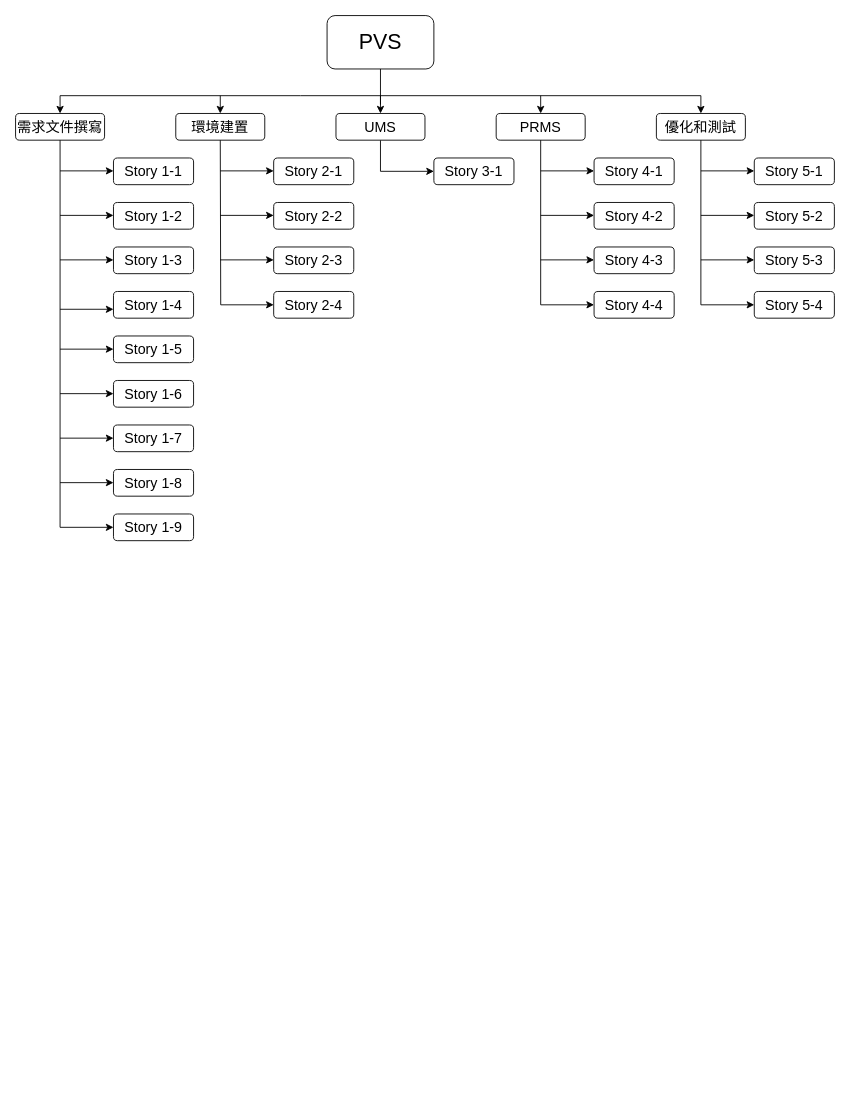
This is page "Page-1" (1 of 3) of documents/1.drawio from 13urgerKing/110_1-SE, a draw.io file, before an edit. Source tidied: cells renumbered, new cells numbered last; positions are measured from the earlier drawing's top-left corner, leaving out a move shared by most shapes. Both pictures are drawn from the tidied source at 89%, with x=0, y=0 at pixel (15, 15).
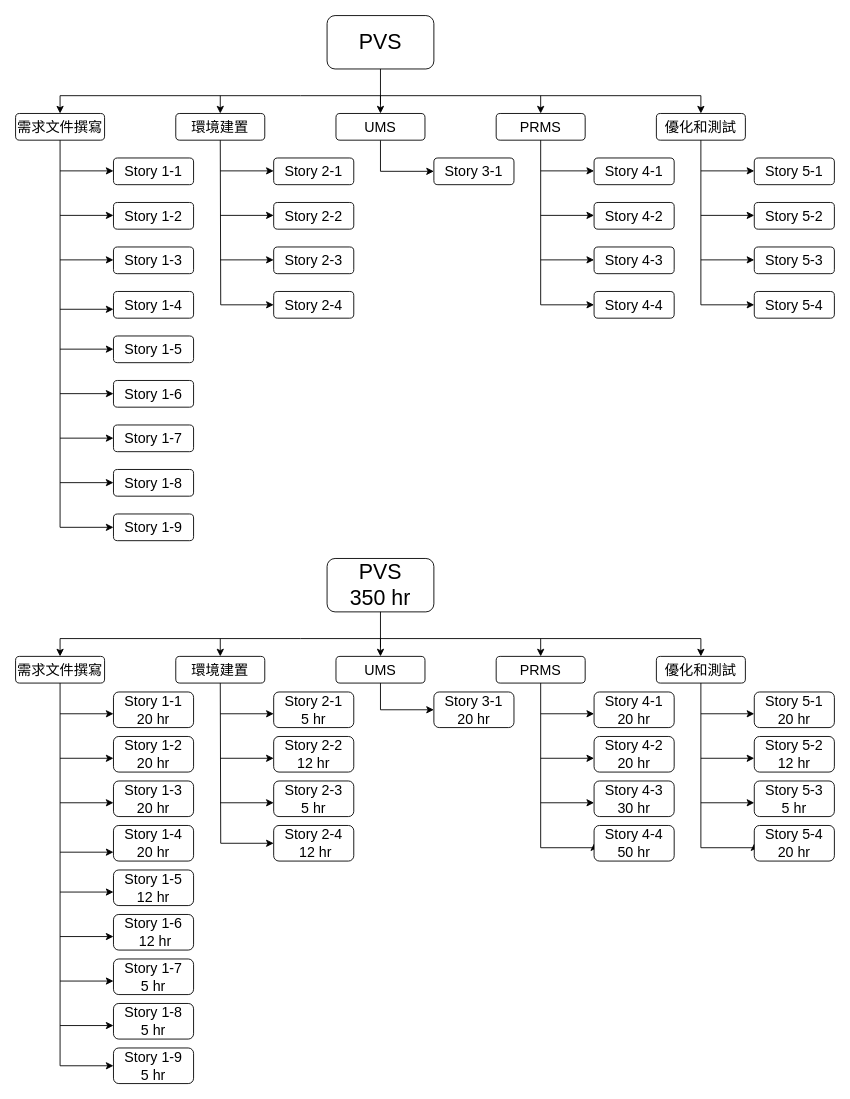
After the change.

Change to the diagram source:
```diff
@@
+    <mxCell id="59" value="&lt;font style=&quot;font-size: 24px&quot;&gt;PVS&lt;br&gt;350 hr&lt;br&gt;&lt;/font&gt;" style="rounded=1;whiteSpace=wrap;html=1;" parent="1" vertex="1">
+      <mxGeometry x="350" y="610" width="120" height="60" as="geometry" />
+    </mxCell>
+    <mxCell id="60" style="endArrow=none;html=1;rounded=0;fontSize=24;edgeStyle=orthogonalEdgeStyle;" parent="1" edge="1">
+      <mxGeometry relative="1" as="geometry">
+        <mxPoint x="50" y="700" as="sourcePoint" />
+        <mxPoint x="770" y="700" as="targetPoint" />
+        <Array as="points">
+          <mxPoint x="320" y="700" />
+          <mxPoint x="320" y="700" />
+        </Array>
+      </mxGeometry>
+    </mxCell>
+    <mxCell id="61" value="&lt;span style=&quot;font-size: 16px&quot;&gt;需求文件撰寫&lt;/span&gt;" style="rounded=1;whiteSpace=wrap;html=1;" parent="1" vertex="1">
+      <mxGeometry y="720" width="100" height="30" as="geometry" />
+    </mxCell>
+    <mxCell id="62" value="&lt;span style=&quot;font-size: 16px&quot;&gt;環境建置&lt;/span&gt;" style="rounded=1;whiteSpace=wrap;html=1;" parent="1" vertex="1">
+      <mxGeometry x="180" y="720" width="100" height="30" as="geometry" />
+    </mxCell>
+    <mxCell id="63" style="edgeStyle=orthogonalEdgeStyle;rounded=0;jettySize=auto;html=1;exitX=0.5;exitY=1;exitDx=0;exitDy=0;startArrow=none;startFill=0;endArrow=classic;endFill=1;entryX=0;entryY=0.5;entryDx=0;entryDy=0;" parent="1" edge="1" source="64" target="87">
+      <mxGeometry relative="1" as="geometry" />
+    </mxCell>
+    <mxCell id="64" value="&lt;span style=&quot;font-size: 16px&quot;&gt;UMS&lt;/span&gt;" style="rounded=1;whiteSpace=wrap;html=1;" parent="1" vertex="1">
+      <mxGeometry x="360" y="720" width="100" height="30" as="geometry" />
+    </mxCell>
+    <mxCell id="65" value="&lt;span style=&quot;font-size: 16px&quot;&gt;PRMS&lt;/span&gt;" style="rounded=1;whiteSpace=wrap;html=1;" parent="1" vertex="1">
+      <mxGeometry x="540" y="720" width="100" height="30" as="geometry" />
+    </mxCell>
+    <mxCell id="66" value="&lt;span style=&quot;font-size: 16px&quot;&gt;Story 1-1&lt;br&gt;20 hr&lt;br&gt;&lt;/span&gt;" style="rounded=1;whiteSpace=wrap;html=1;" parent="1" vertex="1">
+      <mxGeometry x="110" y="760" width="90" height="40" as="geometry" />
+    </mxCell>
+    <mxCell id="67" value="&lt;span style=&quot;font-size: 16px&quot;&gt;Story 1-2&lt;br&gt;20 hr&lt;br&gt;&lt;/span&gt;" style="rounded=1;whiteSpace=wrap;html=1;" parent="1" vertex="1">
+      <mxGeometry x="110" y="810" width="90" height="40" as="geometry" />
+    </mxCell>
+    <mxCell id="68" value="&lt;span style=&quot;font-size: 16px&quot;&gt;Story 1-3&lt;br&gt;20 hr&lt;br&gt;&lt;/span&gt;" style="rounded=1;whiteSpace=wrap;html=1;" parent="1" vertex="1">
+      <mxGeometry x="110" y="860" width="90" height="40" as="geometry" />
+    </mxCell>
+    <mxCell id="69" value="&lt;span style=&quot;font-size: 16px&quot;&gt;Story 1-4&lt;br&gt;20 hr&lt;br&gt;&lt;/span&gt;" style="rounded=1;whiteSpace=wrap;html=1;" parent="1" vertex="1">
+      <mxGeometry x="110" y="910" width="90" height="40" as="geometry" />
+    </mxCell>
+    <mxCell id="70" style="endArrow=none;html=1;rounded=0;fontSize=16;entryX=0.5;entryY=1;entryDx=0;entryDy=0;edgeStyle=orthogonalEdgeStyle;exitX=0;exitY=0.5;exitDx=0;exitDy=0;endFill=0;startArrow=classic;startFill=1;" parent="1" edge="1" source="103" target="61">
+      <mxGeometry relative="1" as="geometry" />
+    </mxCell>
+    <mxCell id="71" style="endArrow=classic;html=1;rounded=0;fontSize=16;" parent="1" edge="1">
+      <mxGeometry relative="1" as="geometry">
+        <mxPoint x="50" y="940" as="sourcePoint" />
+        <mxPoint x="110" y="940" as="targetPoint" />
+      </mxGeometry>
+    </mxCell>
+    <mxCell id="72" style="endArrow=classic;html=1;rounded=0;fontSize=16;" parent="1" edge="1">
+      <mxGeometry relative="1" as="geometry">
+        <mxPoint x="50" y="884.5" as="sourcePoint" />
+        <mxPoint x="110" y="884.5" as="targetPoint" />
+      </mxGeometry>
+    </mxCell>
+    <mxCell id="73" style="endArrow=classic;html=1;rounded=0;fontSize=16;" parent="1" edge="1">
+      <mxGeometry relative="1" as="geometry">
+        <mxPoint x="50" y="834.5" as="sourcePoint" />
+        <mxPoint x="110" y="834.5" as="targetPoint" />
+      </mxGeometry>
+    </mxCell>
+    <mxCell id="74" style="endArrow=classic;html=1;rounded=0;fontSize=16;" parent="1" edge="1">
+      <mxGeometry relative="1" as="geometry">
+        <mxPoint x="50" y="784.5" as="sourcePoint" />
+        <mxPoint x="110" y="784.5" as="targetPoint" />
+      </mxGeometry>
+    </mxCell>
+    <mxCell id="75" style="endArrow=classic;html=1;rounded=0;fontSize=16;entryX=0.5;entryY=0;entryDx=0;entryDy=0;" parent="1" edge="1" target="61">
+      <mxGeometry relative="1" as="geometry">
+        <mxPoint x="50" y="700" as="sourcePoint" />
+      </mxGeometry>
+    </mxCell>
+    <mxCell id="76" style="endArrow=classic;html=1;rounded=0;fontSize=16;entryX=0.5;entryY=0;entryDx=0;entryDy=0;" parent="1" edge="1" target="62">
+      <mxGeometry relative="1" as="geometry">
+        <mxPoint x="230" y="700" as="sourcePoint" />
+      </mxGeometry>
+    </mxCell>
+    <mxCell id="77" style="endArrow=classic;html=1;rounded=0;fontSize=16;entryX=0.5;entryY=0;entryDx=0;entryDy=0;" parent="1" edge="1" target="64">
+      <mxGeometry relative="1" as="geometry">
+        <mxPoint x="410" y="700" as="sourcePoint" />
+      </mxGeometry>
+    </mxCell>
+    <mxCell id="78" style="endArrow=classic;html=1;rounded=0;fontSize=16;entryX=0.5;entryY=0;entryDx=0;entryDy=0;" parent="1" edge="1" target="65">
+      <mxGeometry relative="1" as="geometry">
+        <mxPoint x="590" y="700" as="sourcePoint" />
+      </mxGeometry>
+    </mxCell>
+    <mxCell id="79" value="&lt;span style=&quot;font-size: 16px&quot;&gt;Story 2-1&lt;br&gt;5 hr&lt;br&gt;&lt;/span&gt;" style="rounded=1;whiteSpace=wrap;html=1;" parent="1" vertex="1">
+      <mxGeometry x="290" y="760" width="90" height="40" as="geometry" />
+    </mxCell>
+    <mxCell id="80" value="&lt;span style=&quot;font-size: 16px&quot;&gt;Story&amp;nbsp;&lt;/span&gt;&lt;span style=&quot;font-size: 16px&quot;&gt;2-2&lt;br&gt;12 hr&lt;br&gt;&lt;/span&gt;" style="rounded=1;whiteSpace=wrap;html=1;" parent="1" vertex="1">
+      <mxGeometry x="290" y="810" width="90" height="40" as="geometry" />
+    </mxCell>
+    <mxCell id="81" value="&lt;span style=&quot;font-size: 16px&quot;&gt;Story 2-3&lt;br&gt;5 hr&lt;br&gt;&lt;/span&gt;" style="rounded=1;whiteSpace=wrap;html=1;" parent="1" vertex="1">
+      <mxGeometry x="290" y="860" width="90" height="40" as="geometry" />
+    </mxCell>
+    <mxCell id="82" value="&lt;span style=&quot;font-size: 16px&quot;&gt;Story 2-4&lt;br&gt;&amp;nbsp;12 hr&lt;br&gt;&lt;/span&gt;" style="rounded=1;whiteSpace=wrap;html=1;" parent="1" vertex="1">
+      <mxGeometry x="290" y="910" width="90" height="40" as="geometry" />
+    </mxCell>
+    <mxCell id="83" style="endArrow=none;html=1;rounded=0;fontSize=16;entryX=0.5;entryY=1;entryDx=0;entryDy=0;edgeStyle=orthogonalEdgeStyle;exitX=0;exitY=0.5;exitDx=0;exitDy=0;startArrow=classic;startFill=1;" parent="1" edge="1" source="82">
+      <mxGeometry relative="1" as="geometry">
+        <mxPoint x="230" y="750" as="targetPoint" />
+      </mxGeometry>
+    </mxCell>
+    <mxCell id="84" style="endArrow=classic;html=1;rounded=0;fontSize=16;" parent="1" edge="1">
+      <mxGeometry relative="1" as="geometry">
+        <mxPoint x="230" y="884.5" as="sourcePoint" />
+        <mxPoint x="290" y="884.5" as="targetPoint" />
+      </mxGeometry>
+    </mxCell>
+    <mxCell id="85" style="endArrow=classic;html=1;rounded=0;fontSize=16;" parent="1" edge="1">
+      <mxGeometry relative="1" as="geometry">
+        <mxPoint x="230" y="834.5" as="sourcePoint" />
+        <mxPoint x="290" y="834.5" as="targetPoint" />
+      </mxGeometry>
+    </mxCell>
+    <mxCell id="86" style="endArrow=classic;html=1;rounded=0;fontSize=16;" parent="1" edge="1">
+      <mxGeometry relative="1" as="geometry">
+        <mxPoint x="230" y="784.5" as="sourcePoint" />
+        <mxPoint x="290" y="784.5" as="targetPoint" />
+      </mxGeometry>
+    </mxCell>
+    <mxCell id="87" value="&lt;span style=&quot;font-size: 16px&quot;&gt;Story 3-1&lt;br&gt;20 hr&lt;br&gt;&lt;/span&gt;" style="rounded=1;whiteSpace=wrap;html=1;" parent="1" vertex="1">
+      <mxGeometry x="470" y="760" width="90" height="40" as="geometry" />
+    </mxCell>
+    <mxCell id="88" value="&lt;span style=&quot;font-size: 16px&quot;&gt;Story 4-1&lt;br&gt;20 hr&lt;br&gt;&lt;/span&gt;" style="rounded=1;whiteSpace=wrap;html=1;" parent="1" vertex="1">
+      <mxGeometry x="650" y="760" width="90" height="40" as="geometry" />
+    </mxCell>
+    <mxCell id="89" value="&lt;span style=&quot;font-size: 16px&quot;&gt;Story 4-2&lt;br&gt;20 hr&lt;br&gt;&lt;/span&gt;" style="rounded=1;whiteSpace=wrap;html=1;" parent="1" vertex="1">
+      <mxGeometry x="650" y="810" width="90" height="40" as="geometry" />
+    </mxCell>
+    <mxCell id="90" style="endArrow=none;html=1;rounded=0;fontSize=16;entryX=0.5;entryY=1;entryDx=0;entryDy=0;edgeStyle=orthogonalEdgeStyle;startArrow=classic;startFill=1;exitX=0;exitY=0.5;exitDx=0;exitDy=0;" parent="1" edge="1" source="97">
+      <mxGeometry relative="1" as="geometry">
+        <mxPoint x="590" y="750" as="targetPoint" />
+        <Array as="points">
+          <mxPoint x="590" y="935" />
+        </Array>
+      </mxGeometry>
+    </mxCell>
+    <mxCell id="91" style="endArrow=classic;html=1;rounded=0;fontSize=16;" parent="1" edge="1">
+      <mxGeometry relative="1" as="geometry">
+        <mxPoint x="590" y="784.5" as="sourcePoint" />
+        <mxPoint x="650" y="784.5" as="targetPoint" />
+      </mxGeometry>
+    </mxCell>
+    <mxCell id="92" style="endArrow=none;html=1;rounded=0;fontSize=16;entryX=0.5;entryY=1;entryDx=0;entryDy=0;" parent="1" edge="1" target="59">
+      <mxGeometry relative="1" as="geometry">
+        <mxPoint x="410" y="710" as="sourcePoint" />
+      </mxGeometry>
+    </mxCell>
+    <mxCell id="93" value="&lt;span style=&quot;font-size: 16px&quot;&gt;Story 1-5&lt;br&gt;12 hr&lt;br&gt;&lt;/span&gt;" style="rounded=1;whiteSpace=wrap;html=1;" parent="1" vertex="1">
+      <mxGeometry x="110" y="960" width="90" height="40" as="geometry" />
+    </mxCell>
+    <mxCell id="94" value="&lt;span style=&quot;font-size: 16px&quot;&gt;優化和測試&lt;/span&gt;" style="rounded=1;whiteSpace=wrap;html=1;" parent="1" vertex="1">
+      <mxGeometry x="720" y="720" width="100" height="30" as="geometry" />
+    </mxCell>
+    <mxCell id="95" style="endArrow=classic;html=1;rounded=0;fontSize=16;entryX=0.5;entryY=0;entryDx=0;entryDy=0;" parent="1" edge="1" target="94">
+      <mxGeometry relative="1" as="geometry">
+        <mxPoint x="770" y="700" as="sourcePoint" />
+      </mxGeometry>
+    </mxCell>
+    <mxCell id="96" value="&lt;span style=&quot;font-size: 16px&quot;&gt;Story 4-3&lt;br&gt;30 hr&lt;br&gt;&lt;/span&gt;" style="rounded=1;whiteSpace=wrap;html=1;" parent="1" vertex="1">
+      <mxGeometry x="650" y="860" width="90" height="40" as="geometry" />
+    </mxCell>
+    <mxCell id="97" value="&lt;span style=&quot;font-size: 16px&quot;&gt;Story 4-4&lt;br&gt;50 hr&lt;br&gt;&lt;/span&gt;" style="rounded=1;whiteSpace=wrap;html=1;" parent="1" vertex="1">
+      <mxGeometry x="650" y="910" width="90" height="40" as="geometry" />
+    </mxCell>
+    <mxCell id="98" style="endArrow=classic;html=1;rounded=0;fontSize=16;" parent="1" edge="1">
+      <mxGeometry relative="1" as="geometry">
+        <mxPoint x="590" y="834.5" as="sourcePoint" />
+        <mxPoint x="650" y="834.5" as="targetPoint" />
+      </mxGeometry>
+    </mxCell>
+    <mxCell id="99" style="endArrow=classic;html=1;rounded=0;fontSize=16;" parent="1" edge="1">
+      <mxGeometry relative="1" as="geometry">
+        <mxPoint x="590" y="884.5" as="sourcePoint" />
+        <mxPoint x="650" y="884.5" as="targetPoint" />
+      </mxGeometry>
+    </mxCell>
+    <mxCell id="100" value="&lt;span style=&quot;font-size: 16px&quot;&gt;Story 1-6&lt;br&gt;&amp;nbsp;12 hr&lt;br&gt;&lt;/span&gt;" style="rounded=1;whiteSpace=wrap;html=1;" parent="1" vertex="1">
+      <mxGeometry x="110" y="1010" width="90" height="40" as="geometry" />
+    </mxCell>
+    <mxCell id="101" value="&lt;span style=&quot;font-size: 16px&quot;&gt;Story 1-7&lt;br&gt;5 hr&lt;br&gt;&lt;/span&gt;" style="rounded=1;whiteSpace=wrap;html=1;" parent="1" vertex="1">
+      <mxGeometry x="110" y="1060" width="90" height="40" as="geometry" />
+    </mxCell>
+    <mxCell id="102" value="&lt;span style=&quot;font-size: 16px&quot;&gt;Story 1-8&lt;br&gt;5 hr&lt;br&gt;&lt;/span&gt;" style="rounded=1;whiteSpace=wrap;html=1;" parent="1" vertex="1">
+      <mxGeometry x="110" y="1110" width="90" height="40" as="geometry" />
+    </mxCell>
+    <mxCell id="103" value="&lt;span style=&quot;font-size: 16px&quot;&gt;Story 1-9&lt;br&gt;5 hr&lt;br&gt;&lt;/span&gt;" style="rounded=1;whiteSpace=wrap;html=1;" parent="1" vertex="1">
+      <mxGeometry x="110" y="1160" width="90" height="40" as="geometry" />
+    </mxCell>
+    <mxCell id="104" style="endArrow=classic;html=1;rounded=0;fontSize=16;entryX=0;entryY=0.5;entryDx=0;entryDy=0;" parent="1" edge="1">
+      <mxGeometry relative="1" as="geometry">
+        <mxPoint x="50" y="984.8" as="sourcePoint" />
+        <mxPoint x="110" y="984.8" as="targetPoint" />
+      </mxGeometry>
+    </mxCell>
+    <mxCell id="105" style="endArrow=classic;html=1;rounded=0;fontSize=16;entryX=0;entryY=0.5;entryDx=0;entryDy=0;" parent="1" edge="1">
+      <mxGeometry relative="1" as="geometry">
+        <mxPoint x="50" y="1034.8" as="sourcePoint" />
+        <mxPoint x="110" y="1034.8" as="targetPoint" />
+      </mxGeometry>
+    </mxCell>
+    <mxCell id="106" style="endArrow=classic;html=1;rounded=0;fontSize=16;entryX=0;entryY=0.5;entryDx=0;entryDy=0;" parent="1" edge="1">
+      <mxGeometry relative="1" as="geometry">
+        <mxPoint x="50" y="1084.8" as="sourcePoint" />
+        <mxPoint x="110" y="1084.8" as="targetPoint" />
+      </mxGeometry>
+    </mxCell>
+    <mxCell id="107" style="endArrow=classic;html=1;rounded=0;fontSize=16;entryX=0;entryY=0.5;entryDx=0;entryDy=0;" parent="1" edge="1">
+      <mxGeometry relative="1" as="geometry">
+        <mxPoint x="50" y="1134.8" as="sourcePoint" />
+        <mxPoint x="110" y="1134.8" as="targetPoint" />
+      </mxGeometry>
+    </mxCell>
+    <mxCell id="108" value="&lt;span style=&quot;font-size: 16px&quot;&gt;Story 5-1&lt;br&gt;20 hr&lt;br&gt;&lt;/span&gt;" style="rounded=1;whiteSpace=wrap;html=1;" parent="1" vertex="1">
+      <mxGeometry x="830" y="760" width="90" height="40" as="geometry" />
+    </mxCell>
+    <mxCell id="109" value="&lt;span style=&quot;font-size: 16px&quot;&gt;Story 5-2&lt;br&gt;12 hr&lt;br&gt;&lt;/span&gt;" style="rounded=1;whiteSpace=wrap;html=1;" parent="1" vertex="1">
+      <mxGeometry x="830" y="810" width="90" height="40" as="geometry" />
+    </mxCell>
+    <mxCell id="110" style="endArrow=none;html=1;rounded=0;fontSize=16;entryX=0.5;entryY=1;entryDx=0;entryDy=0;edgeStyle=orthogonalEdgeStyle;startArrow=classic;startFill=1;exitX=0;exitY=0.5;exitDx=0;exitDy=0;" parent="1" edge="1" source="113">
+      <mxGeometry relative="1" as="geometry">
+        <mxPoint x="770" y="750" as="targetPoint" />
+        <Array as="points">
+          <mxPoint x="770" y="935" />
+        </Array>
+      </mxGeometry>
+    </mxCell>
+    <mxCell id="111" style="endArrow=classic;html=1;rounded=0;fontSize=16;" parent="1" edge="1">
+      <mxGeometry relative="1" as="geometry">
+        <mxPoint x="770" y="784.5" as="sourcePoint" />
+        <mxPoint x="830" y="784.5" as="targetPoint" />
+      </mxGeometry>
+    </mxCell>
+    <mxCell id="112" value="&lt;span style=&quot;font-size: 16px&quot;&gt;Story 5-3&lt;br&gt;5 hr&lt;br&gt;&lt;/span&gt;" style="rounded=1;whiteSpace=wrap;html=1;" parent="1" vertex="1">
+      <mxGeometry x="830" y="860" width="90" height="40" as="geometry" />
+    </mxCell>
+    <mxCell id="113" value="&lt;span style=&quot;font-size: 16px&quot;&gt;Story 5-4&lt;br&gt;20 hr&lt;br&gt;&lt;/span&gt;" style="rounded=1;whiteSpace=wrap;html=1;" parent="1" vertex="1">
+      <mxGeometry x="830" y="910" width="90" height="40" as="geometry" />
+    </mxCell>
+    <mxCell id="114" style="endArrow=classic;html=1;rounded=0;fontSize=16;" parent="1" edge="1">
+      <mxGeometry relative="1" as="geometry">
+        <mxPoint x="770" y="834.5" as="sourcePoint" />
+        <mxPoint x="830" y="834.5" as="targetPoint" />
+      </mxGeometry>
+    </mxCell>
+    <mxCell id="115" style="endArrow=classic;html=1;rounded=0;fontSize=16;" parent="1" edge="1">
+      <mxGeometry relative="1" as="geometry">
+        <mxPoint x="770" y="884.5" as="sourcePoint" />
+        <mxPoint x="830" y="884.5" as="targetPoint" />
+      </mxGeometry>
+    </mxCell>
```
